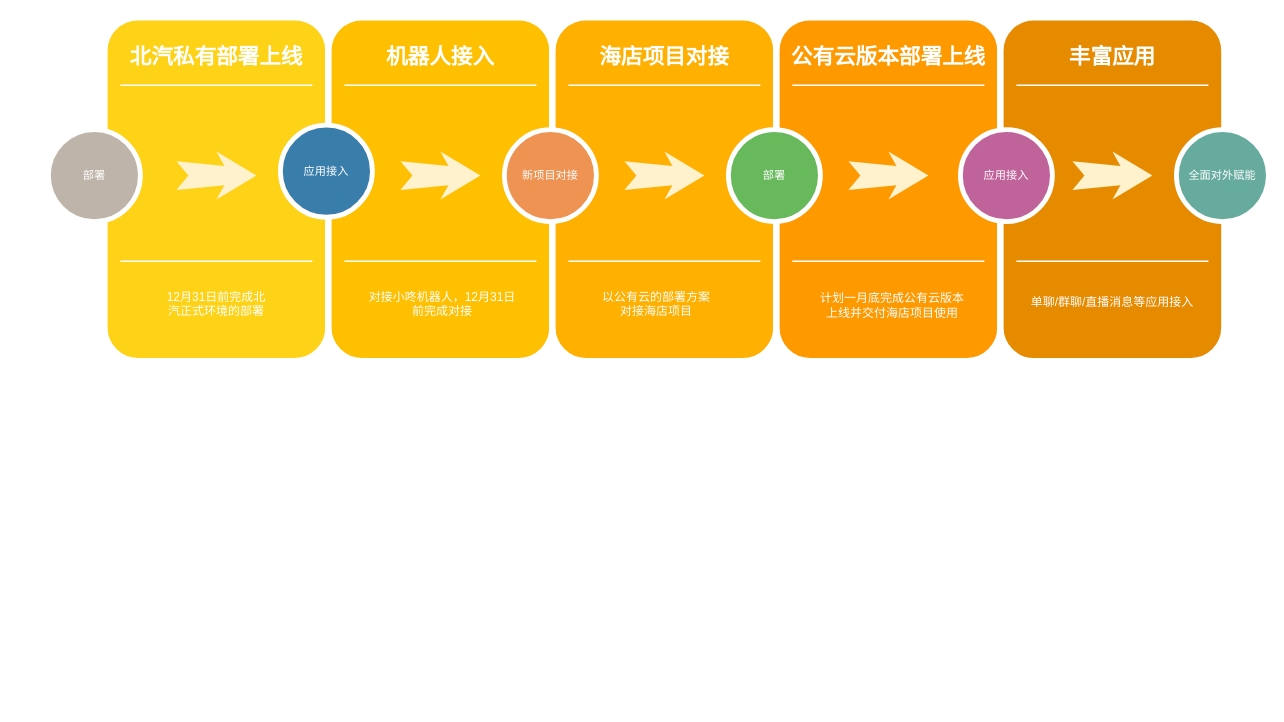
This is plan.drawio from greenabyss/image, a draw.io file, before an edit. Source tidied: cells renumbered, new cells numbered last; positions are measured from the earlier drawing's top-left corner, leaving out a move shared by most shapes. Both pictures are drawn from the tidied source at 80%, with x=0, y=0 at pixel (48, 17).
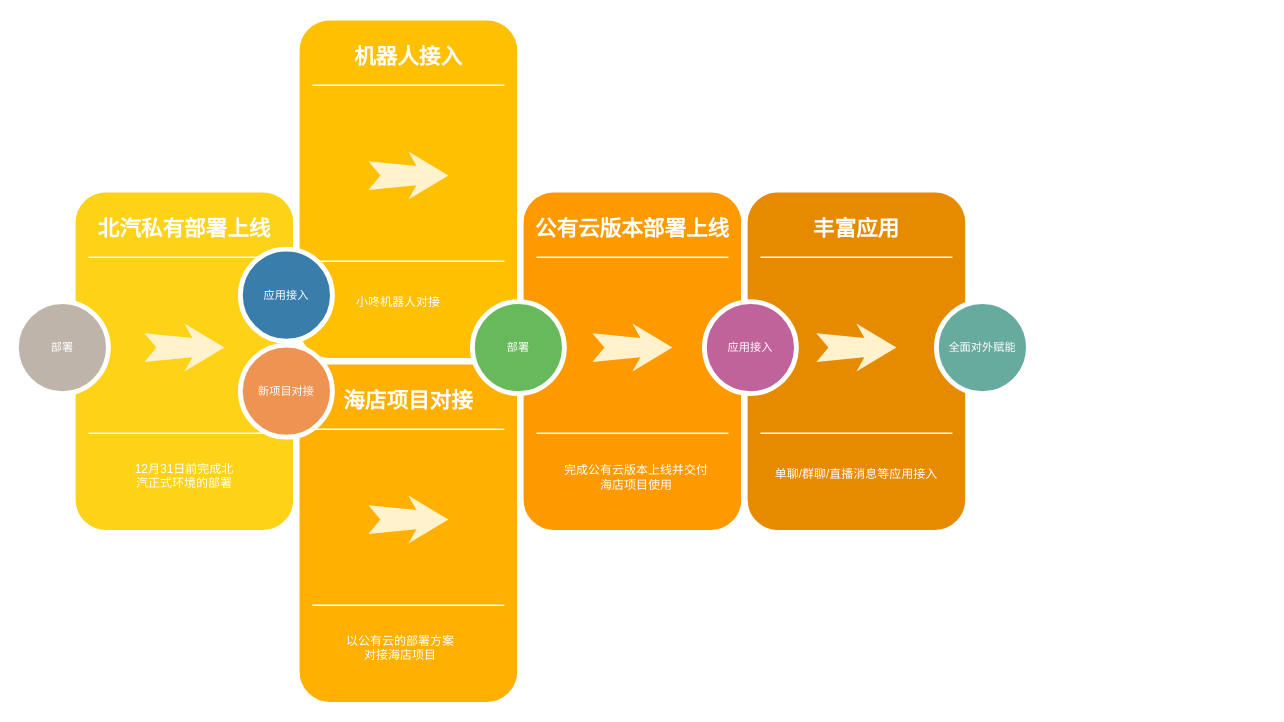
The same page after the edit.

The edit, as a diff of the source:
```diff
@@
     <mxCell id="2" style="whiteSpace=wrap;html=1;rounded=1;shadow=0;strokeWidth=8;fontSize=20;align=center;fillColor=#FED217;strokeColor=#FFFFFF;" parent="1" vertex="1">
-      <mxGeometry x="70" width="280" height="430" as="geometry" />
+      <mxGeometry x="30" y="215" width="280" height="430" as="geometry" />
     </mxCell>
     <mxCell id="3" value="北汽私有部署上线" style="text;html=1;strokeColor=none;fillColor=none;align=center;verticalAlign=middle;whiteSpace=wrap;rounded=0;shadow=0;fontSize=27;fontColor=#FFFFFF;fontStyle=1;" parent="1" vertex="1">
-      <mxGeometry x="70" y="20" width="280" height="60" as="geometry" />
+      <mxGeometry x="30" y="235" width="280" height="60" as="geometry" />
     </mxCell>
     <mxCell id="4" value="&lt;font style=&quot;font-size: 15px&quot;&gt;12月31日前完成北汽正式环境的部署&lt;/font&gt;" style="text;html=1;strokeColor=none;fillColor=none;align=center;verticalAlign=middle;whiteSpace=wrap;rounded=0;shadow=0;fontSize=14;fontColor=#FFFFFF;" parent="1" vertex="1">
-      <mxGeometry x="140" y="315" width="140" height="85" as="geometry" />
+      <mxGeometry x="100" y="530" width="140" height="85" as="geometry" />
     </mxCell>
     <mxCell id="5" style="line;strokeWidth=2;html=1;rounded=0;shadow=0;fontSize=27;align=center;fillColor=none;strokeColor=#FFFFFF;" parent="1" vertex="1">
-      <mxGeometry x="90" y="80" width="240" height="10" as="geometry" />
+      <mxGeometry x="50" y="295" width="240" height="10" as="geometry" />
     </mxCell>
     <mxCell id="6" style="line;strokeWidth=2;html=1;rounded=0;shadow=0;fontSize=27;align=center;fillColor=none;strokeColor=#FFFFFF;" parent="1" vertex="1">
-      <mxGeometry x="90" y="300" width="240" height="10" as="geometry" />
+      <mxGeometry x="50" y="515" width="240" height="10" as="geometry" />
     </mxCell>
     <mxCell id="7" style="html=1;shadow=0;dashed=0;align=center;verticalAlign=middle;shape=mxgraph.arrows2.stylisedArrow;dy=0.6;dx=40;notch=15;feather=0.4;rounded=0;strokeWidth=1;fontSize=27;strokeColor=none;fillColor=#fff2cc;" parent="1" vertex="1">
-      <mxGeometry x="160" y="168" width="100" height="60" as="geometry" />
+      <mxGeometry x="120" y="383" width="100" height="60" as="geometry" />
     </mxCell>
     <mxCell id="8" style="whiteSpace=wrap;html=1;rounded=1;shadow=0;strokeWidth=8;fontSize=20;align=center;fillColor=#FFC001;strokeColor=#FFFFFF;" parent="1" vertex="1">
-      <mxGeometry x="350" width="280" height="430" as="geometry" />
+      <mxGeometry x="310" width="280" height="430" as="geometry" />
     </mxCell>
     <mxCell id="9" value="机器人接入" style="text;html=1;strokeColor=none;fillColor=none;align=center;verticalAlign=middle;whiteSpace=wrap;rounded=0;shadow=0;fontSize=27;fontColor=#FFFFFF;fontStyle=1;" parent="1" vertex="1">
-      <mxGeometry x="350" y="20" width="280" height="60" as="geometry" />
+      <mxGeometry x="310" y="20" width="280" height="60" as="geometry" />
     </mxCell>
-    <mxCell id="10" value="&lt;font style=&quot;font-size: 15px&quot;&gt;对接小咚机器人，12月31日前完成对接&lt;/font&gt;" style="text;html=1;strokeColor=none;fillColor=none;align=center;verticalAlign=middle;whiteSpace=wrap;rounded=0;shadow=0;fontSize=14;fontColor=#FFFFFF;" parent="1" vertex="1">
-      <mxGeometry x="395" y="320" width="195" height="75" as="geometry" />
+    <mxCell id="10" value="&lt;font style=&quot;font-size: 15px&quot;&gt;小咚机器人对接&lt;/font&gt;" style="text;html=1;strokeColor=none;fillColor=none;align=center;verticalAlign=middle;whiteSpace=wrap;rounded=0;shadow=0;fontSize=14;fontColor=#FFFFFF;" parent="1" vertex="1">
+      <mxGeometry x="375" y="317.5" width="125" height="75" as="geometry" />
     </mxCell>
     <mxCell id="11" style="line;strokeWidth=2;html=1;rounded=0;shadow=0;fontSize=27;align=center;fillColor=none;strokeColor=#FFFFFF;" parent="1" vertex="1">
-      <mxGeometry x="370" y="80" width="240" height="10" as="geometry" />
+      <mxGeometry x="330" y="80" width="240" height="10" as="geometry" />
     </mxCell>
     <mxCell id="12" style="line;strokeWidth=2;html=1;rounded=0;shadow=0;fontSize=27;align=center;fillColor=none;strokeColor=#FFFFFF;" parent="1" vertex="1">
-      <mxGeometry x="370" y="300" width="240" height="10" as="geometry" />
+      <mxGeometry x="330" y="300" width="240" height="10" as="geometry" />
     </mxCell>
     <mxCell id="13" style="html=1;shadow=0;dashed=0;align=center;verticalAlign=middle;shape=mxgraph.arrows2.stylisedArrow;dy=0.6;dx=40;notch=15;feather=0.4;rounded=0;strokeWidth=1;fontSize=27;strokeColor=none;fillColor=#fff2cc;" parent="1" vertex="1">
-      <mxGeometry x="440" y="168" width="100" height="60" as="geometry" />
+      <mxGeometry x="400" y="168" width="100" height="60" as="geometry" />
     </mxCell>
     <mxCell id="14" style="whiteSpace=wrap;html=1;rounded=1;shadow=0;strokeWidth=8;fontSize=20;align=center;fillColor=#FFB001;strokeColor=#FFFFFF;" parent="1" vertex="1">
-      <mxGeometry x="630" width="280" height="430" as="geometry" />
+      <mxGeometry x="310" y="430" width="280" height="430" as="geometry" />
     </mxCell>
     <mxCell id="15" value="海店项目对接" style="text;html=1;strokeColor=none;fillColor=none;align=center;verticalAlign=middle;whiteSpace=wrap;rounded=0;shadow=0;fontSize=27;fontColor=#FFFFFF;fontStyle=1;" parent="1" vertex="1">
-      <mxGeometry x="630" y="20" width="280" height="60" as="geometry" />
+      <mxGeometry x="310" y="450" width="280" height="60" as="geometry" />
     </mxCell>
     <mxCell id="16" value="&lt;font style=&quot;font-size: 15px&quot;&gt;以公有云的部署方案对接海店项目&lt;/font&gt;" style="text;html=1;strokeColor=none;fillColor=none;align=center;verticalAlign=middle;whiteSpace=wrap;rounded=0;shadow=0;fontSize=14;fontColor=#FFFFFF;" parent="1" vertex="1">
-      <mxGeometry x="690" y="310" width="140" height="95" as="geometry" />
+      <mxGeometry x="370" y="740" width="140" height="95" as="geometry" />
     </mxCell>
     <mxCell id="17" style="line;strokeWidth=2;html=1;rounded=0;shadow=0;fontSize=27;align=center;fillColor=none;strokeColor=#FFFFFF;" parent="1" vertex="1">
-      <mxGeometry x="650" y="80" width="240" height="10" as="geometry" />
+      <mxGeometry x="330" y="510" width="240" height="10" as="geometry" />
     </mxCell>
     <mxCell id="18" style="line;strokeWidth=2;html=1;rounded=0;shadow=0;fontSize=27;align=center;fillColor=none;strokeColor=#FFFFFF;" parent="1" vertex="1">
-      <mxGeometry x="650" y="300" width="240" height="10" as="geometry" />
+      <mxGeometry x="330" y="730" width="240" height="10" as="geometry" />
     </mxCell>
     <mxCell id="19" style="html=1;shadow=0;dashed=0;align=center;verticalAlign=middle;shape=mxgraph.arrows2.stylisedArrow;dy=0.6;dx=40;notch=15;feather=0.4;rounded=0;strokeWidth=1;fontSize=27;strokeColor=none;fillColor=#fff2cc;" parent="1" vertex="1">
-      <mxGeometry x="720" y="168" width="100" height="60" as="geometry" />
+      <mxGeometry x="400" y="598" width="100" height="60" as="geometry" />
     </mxCell>
     <mxCell id="20" style="whiteSpace=wrap;html=1;rounded=1;shadow=0;strokeWidth=8;fontSize=20;align=center;fillColor=#FE9900;strokeColor=#FFFFFF;" parent="1" vertex="1">
-      <mxGeometry x="910" width="280" height="430" as="geometry" />
+      <mxGeometry x="590" y="215" width="280" height="430" as="geometry" />
     </mxCell>
     <mxCell id="21" value="公有云版本部署上线" style="text;html=1;strokeColor=none;fillColor=none;align=center;verticalAlign=middle;whiteSpace=wrap;rounded=0;shadow=0;fontSize=27;fontColor=#FFFFFF;fontStyle=1;" parent="1" vertex="1">
-      <mxGeometry x="910" y="20" width="280" height="60" as="geometry" />
+      <mxGeometry x="590" y="235" width="280" height="60" as="geometry" />
     </mxCell>
-    <mxCell id="22" value="&lt;font style=&quot;font-size: 15px&quot;&gt;计划一月底完成公有云版本上线并交付海店项目使用&lt;/font&gt;" style="text;html=1;strokeColor=none;fillColor=none;align=center;verticalAlign=middle;whiteSpace=wrap;rounded=0;shadow=0;fontSize=14;fontColor=#FFFFFF;" parent="1" vertex="1">
-      <mxGeometry x="960" y="315" width="190" height="90" as="geometry" />
+    <mxCell id="22" value="&lt;font style=&quot;font-size: 15px&quot;&gt;完成公有云版本上线并交付海店项目使用&lt;/font&gt;" style="text;html=1;strokeColor=none;fillColor=none;align=center;verticalAlign=middle;whiteSpace=wrap;rounded=0;shadow=0;fontSize=14;fontColor=#FFFFFF;" parent="1" vertex="1">
+      <mxGeometry x="640" y="530" width="190" height="90" as="geometry" />
     </mxCell>
     <mxCell id="23" style="line;strokeWidth=2;html=1;rounded=0;shadow=0;fontSize=27;align=center;fillColor=none;strokeColor=#FFFFFF;" parent="1" vertex="1">
-      <mxGeometry x="930" y="80" width="240" height="10" as="geometry" />
+      <mxGeometry x="610" y="295" width="240" height="10" as="geometry" />
     </mxCell>
     <mxCell id="24" style="line;strokeWidth=2;html=1;rounded=0;shadow=0;fontSize=27;align=center;fillColor=none;strokeColor=#FFFFFF;" parent="1" vertex="1">
-      <mxGeometry x="930" y="300" width="240" height="10" as="geometry" />
+      <mxGeometry x="610" y="515" width="240" height="10" as="geometry" />
     </mxCell>
     <mxCell id="25" style="html=1;shadow=0;dashed=0;align=center;verticalAlign=middle;shape=mxgraph.arrows2.stylisedArrow;dy=0.6;dx=40;notch=15;feather=0.4;rounded=0;strokeWidth=1;fontSize=27;strokeColor=none;fillColor=#fff2cc;" parent="1" vertex="1">
-      <mxGeometry x="1000" y="168" width="100" height="60" as="geometry" />
+      <mxGeometry x="680" y="383" width="100" height="60" as="geometry" />
     </mxCell>
     <mxCell id="26" style="whiteSpace=wrap;html=1;rounded=1;shadow=0;strokeWidth=8;fontSize=20;align=center;strokeColor=#FFFFFF;fillColor=#E68A00;" parent="1" vertex="1">
-      <mxGeometry x="1190" width="280" height="430" as="geometry" />
+      <mxGeometry x="870" y="215" width="280" height="430" as="geometry" />
     </mxCell>
     <mxCell id="27" value="丰富应用" style="text;html=1;strokeColor=none;fillColor=none;align=center;verticalAlign=middle;whiteSpace=wrap;rounded=0;shadow=0;fontSize=27;fontColor=#FFFFFF;fontStyle=1;" parent="1" vertex="1">
-      <mxGeometry x="1190" y="20" width="280" height="60" as="geometry" />
+      <mxGeometry x="870" y="235" width="280" height="60" as="geometry" />
     </mxCell>
     <mxCell id="28" value="&lt;font style=&quot;font-size: 15px&quot;&gt;单聊/群聊/直播消息等应用接入&lt;/font&gt;" style="text;html=1;strokeColor=none;fillColor=none;align=center;verticalAlign=middle;whiteSpace=wrap;rounded=0;shadow=0;fontSize=14;fontColor=#FFFFFF;" parent="1" vertex="1">
-      <mxGeometry x="1190" y="310" width="280" height="90" as="geometry" />
+      <mxGeometry x="870" y="525" width="280" height="90" as="geometry" />
     </mxCell>
     <mxCell id="29" style="line;strokeWidth=2;html=1;rounded=0;shadow=0;fontSize=27;align=center;fillColor=none;strokeColor=#FFFFFF;" parent="1" vertex="1">
-      <mxGeometry x="1210" y="80" width="240" height="10" as="geometry" />
+      <mxGeometry x="890" y="295" width="240" height="10" as="geometry" />
     </mxCell>
     <mxCell id="30" style="line;strokeWidth=2;html=1;rounded=0;shadow=0;fontSize=27;align=center;fillColor=none;strokeColor=#FFFFFF;" parent="1" vertex="1">
-      <mxGeometry x="1210" y="300" width="240" height="10" as="geometry" />
+      <mxGeometry x="890" y="515" width="240" height="10" as="geometry" />
     </mxCell>
     <mxCell id="31" value="部署" style="ellipse;whiteSpace=wrap;html=1;rounded=0;shadow=0;strokeWidth=6;fontSize=14;align=center;strokeColor=#FFFFFF;fontColor=#FFFFFF;fillColor=#BFB4A9;" parent="1" vertex="1">
-      <mxGeometry y="140.5" width="115" height="115" as="geometry" />
+      <mxGeometry x="-40" y="355.5" width="115" height="115" as="geometry" />
     </mxCell>
     <mxCell id="32" value="应用接入" style="ellipse;whiteSpace=wrap;html=1;rounded=0;shadow=0;strokeWidth=6;fontSize=14;align=center;strokeColor=#FFFFFF;fontColor=#FFFFFF;fillColor=#397DAA;" parent="1" vertex="1">
-      <mxGeometry x="290" y="135" width="115" height="115" as="geometry" />
+      <mxGeometry x="240" y="290" width="115" height="115" as="geometry" />
     </mxCell>
     <mxCell id="33" value="新项目对接" style="ellipse;whiteSpace=wrap;html=1;rounded=0;shadow=0;strokeWidth=6;fontSize=14;align=center;strokeColor=#FFFFFF;fontColor=#FFFFFF;fillColor=#EF9353;" parent="1" vertex="1">
-      <mxGeometry x="570" y="140.5" width="115" height="115" as="geometry" />
+      <mxGeometry x="240" y="410" width="115" height="115" as="geometry" />
     </mxCell>
     <mxCell id="34" value="部署" style="ellipse;whiteSpace=wrap;html=1;rounded=0;shadow=0;strokeWidth=6;fontSize=14;align=center;strokeColor=#FFFFFF;fontColor=#FFFFFF;fillColor=#68B85C;" parent="1" vertex="1">
-      <mxGeometry x="850" y="140.5" width="115" height="115" as="geometry" />
+      <mxGeometry x="530" y="355.5" width="115" height="115" as="geometry" />
     </mxCell>
     <mxCell id="35" value="应用接入" style="ellipse;whiteSpace=wrap;html=1;rounded=0;shadow=0;strokeWidth=6;fontSize=14;align=center;strokeColor=#FFFFFF;fontColor=#FFFFFF;fillColor=#BF639A;" parent="1" vertex="1">
-      <mxGeometry x="1140" y="140.5" width="115" height="115" as="geometry" />
+      <mxGeometry x="820" y="355.5" width="115" height="115" as="geometry" />
     </mxCell>
     <mxCell id="36" value="全面对外赋能" style="ellipse;whiteSpace=wrap;html=1;rounded=0;shadow=0;strokeWidth=6;fontSize=14;align=center;strokeColor=#FFFFFF;fontColor=#FFFFFF;fillColor=#67AB9F;" parent="1" vertex="1">
-      <mxGeometry x="1410" y="140.5" width="115" height="115" as="geometry" />
+      <mxGeometry x="1110" y="355.5" width="115" height="115" as="geometry" />
     </mxCell>
     <mxCell id="37" style="html=1;shadow=0;dashed=0;align=center;verticalAlign=middle;shape=mxgraph.arrows2.stylisedArrow;dy=0.6;dx=40;notch=15;feather=0.4;rounded=0;strokeWidth=1;fontSize=27;strokeColor=none;fillColor=#fff2cc;" parent="1" vertex="1">
-      <mxGeometry x="1280" y="168" width="100" height="60" as="geometry" />
+      <mxGeometry x="960" y="383" width="100" height="60" as="geometry" />
     </mxCell>
```
